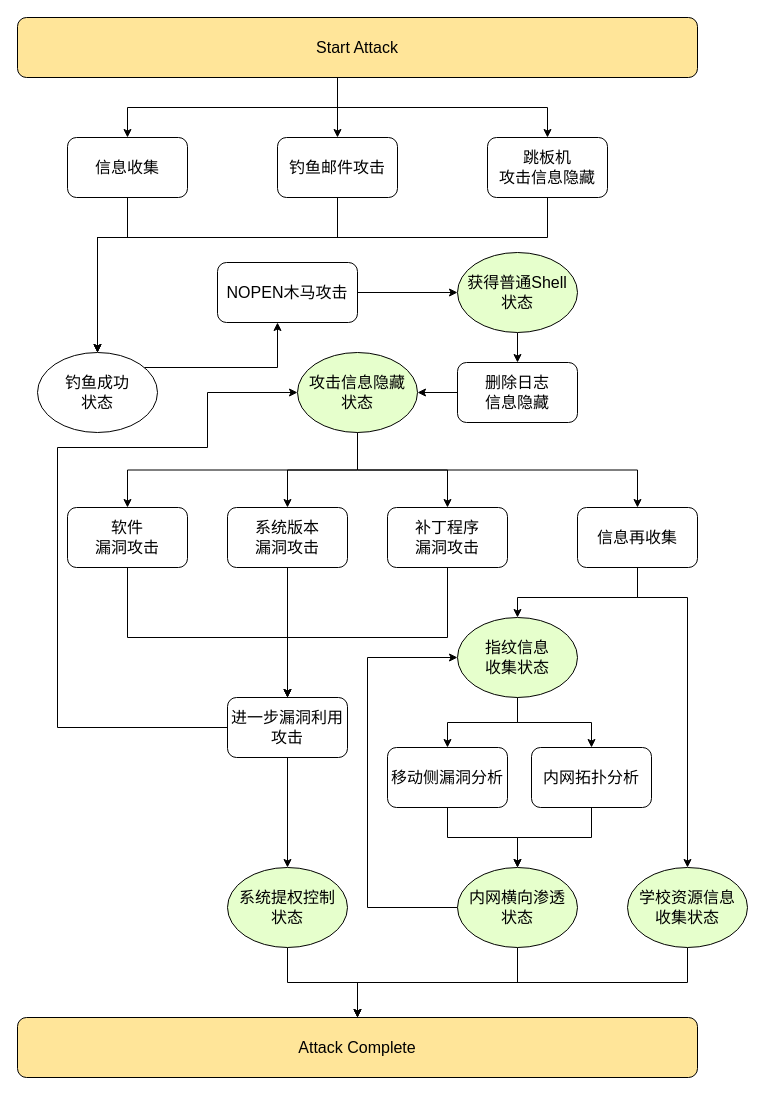
The draw.io diagram 未命名绘图.drawio in BarnabyAlexandraBaron/Gewulab, before the edit. Source tidied: cells renumbered, new cells numbered last; positions are measured from the earlier drawing's top-left corner, leaving out a move shared by most shapes. Both pictures are drawn from the tidied source at 100%, with x=0, y=0 at pixel (17, 17).
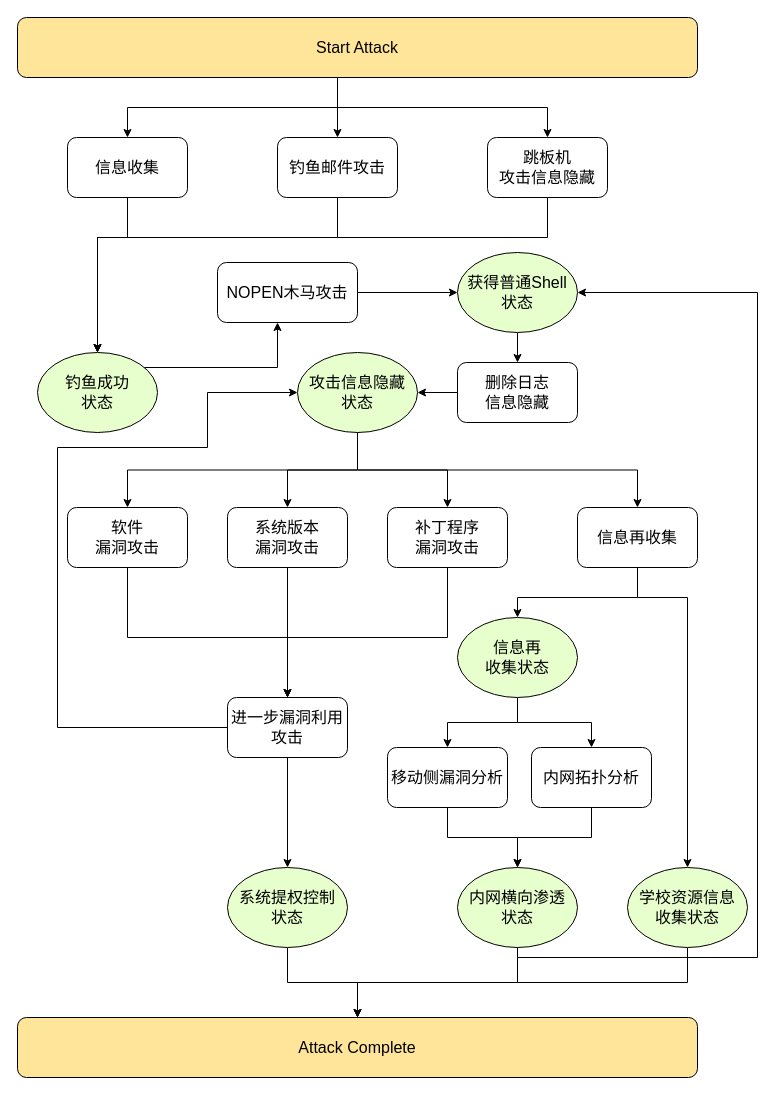
After the change.

Commit message:
更新未命名绘图.drawio

The change refers to these unchanged cells:
```xml
<mxCell id="3" value="&lt;font style=&quot;font-size: 16px;&quot;&gt;获得普通Shell&lt;br&gt;状态&lt;br&gt;&lt;/font&gt;" style="ellipse;whiteSpace=wrap;html=1;fillColor=#E6FFCC;" parent="1" vertex="1">
  <mxGeometry x="440" y="235" width="120" height="80" as="geometry" />
</mxCell>
<mxCell id="21" value="&lt;font style=&quot;font-size: 16px;&quot;&gt;内网横向渗透&lt;br&gt;状态&lt;br&gt;&lt;/font&gt;" style="ellipse;whiteSpace=wrap;html=1;fillColor=#E6FFCC;" parent="1" vertex="1">
  <mxGeometry x="440" y="850" width="120" height="80" as="geometry" />
</mxCell>
```

What changed in the source:
```diff
@@
-    <mxCell id="6" value="&lt;font style=&quot;font-size: 16px;&quot;&gt;指纹信息&lt;br&gt;收集状态&lt;br&gt;&lt;/font&gt;" style="ellipse;whiteSpace=wrap;html=1;fillColor=#E6FFCC;" parent="1" vertex="1">
+    <mxCell id="6" value="&lt;font style=&quot;font-size: 16px;&quot;&gt;信息再&lt;br&gt;收集状态&lt;br&gt;&lt;/font&gt;" style="ellipse;whiteSpace=wrap;html=1;fillColor=#E6FFCC;" parent="1" vertex="1">
       <mxGeometry x="440" y="600" width="120" height="80" as="geometry" />
     </mxCell>
@@
-    <mxCell id="16" value="&lt;font style=&quot;font-size: 16px;&quot;&gt;钓鱼成功&lt;br&gt;状态&lt;br&gt;&lt;/font&gt;" style="ellipse;whiteSpace=wrap;html=1;" parent="1" vertex="1">
+    <mxCell id="16" value="&lt;font style=&quot;font-size: 16px;&quot;&gt;钓鱼成功&lt;br&gt;状态&lt;br&gt;&lt;/font&gt;" style="ellipse;whiteSpace=wrap;html=1;fillColor=#E6FFCC;" parent="1" vertex="1">
       <mxGeometry x="20" y="335" width="120" height="80" as="geometry" />
     </mxCell>
@@
-    <mxCell id="20" style="edgeStyle=orthogonalEdgeStyle;rounded=0;jettySize=auto;html=1;exitX=0;exitY=0.5;exitDx=0;exitDy=0;entryX=0;entryY=0.5;entryDx=0;entryDy=0;" parent="1" edge="1" source="21" target="6">
-      <mxGeometry relative="1" as="geometry">
-        <Array as="points">
-          <mxPoint x="350" y="890" />
-          <mxPoint x="350" y="640" />
-        </Array>
-      </mxGeometry>
-    </mxCell>
+    <mxCell id="52" style="edgeStyle=orthogonalEdgeStyle;rounded=0;jettySize=auto;html=1;entryX=1;entryY=0.5;entryDx=0;entryDy=0;" parent="1" edge="1" source="21" target="3">
+      <mxGeometry relative="1" as="geometry">
+        <Array as="points">
+          <mxPoint x="500" y="940" />
+          <mxPoint x="740" y="940" />
+          <mxPoint x="740" y="275" />
+        </Array>
+      </mxGeometry>
+    </mxCell>
```
